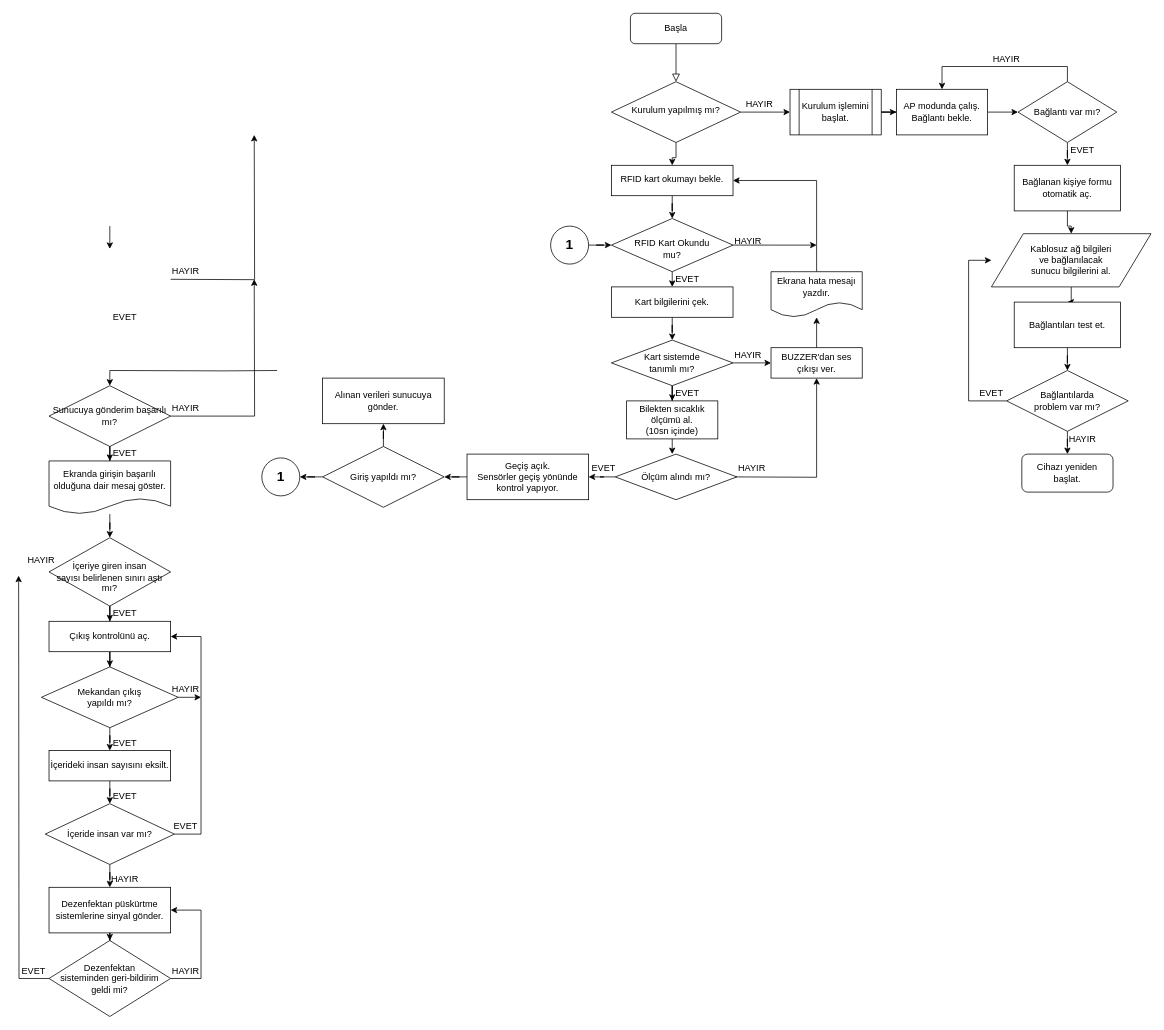
The draw.io diagram Untitled Diagram.drawio in atakanargn/jpebs, before the edit. Source tidied: cells renumbered, new cells numbered last; positions are measured from the earlier drawing's top-left corner, leaving out a move shared by most shapes. Both pictures are drawn from the tidied source at 76%, with x=0, y=0 at pixel (18, 13).
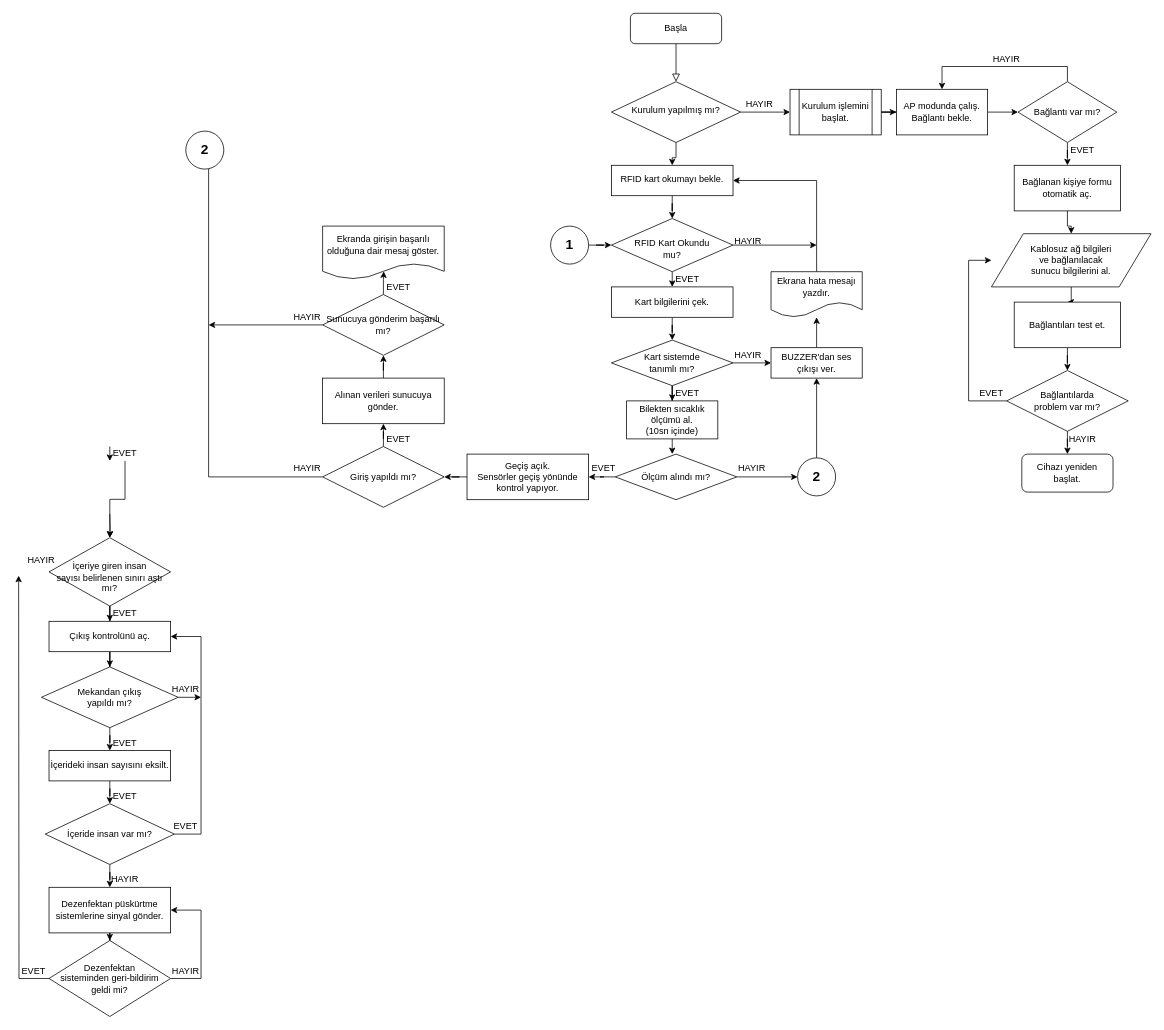
The same page after the edit.

The change refers to these unchanged cells:
```xml
<mxCell id="42" value="BUZZER'dan ses çıkışı ver." style="rounded=0;whiteSpace=wrap;html=1;" parent="1" vertex="1">
  <mxGeometry x="990" y="440" width="120" height="40" as="geometry" />
</mxCell>
<mxCell id="62" value="&lt;div&gt;EVET&lt;/div&gt;" style="text;html=1;strokeColor=none;fillColor=none;align=center;verticalAlign=middle;whiteSpace=wrap;rounded=0;" parent="1" vertex="1">
  <mxGeometry x="120" y="569" width="40" height="20" as="geometry" />
</mxCell>
<mxCell id="64" value="&lt;div&gt;&lt;br&gt;&lt;/div&gt;&lt;div&gt;İçeriye giren insan&lt;/div&gt;&lt;div&gt;sayısı belirlenen sınırı aştı mı?&lt;/div&gt;" style="rhombus;whiteSpace=wrap;html=1;" parent="1" vertex="1">
  <mxGeometry x="40" y="690" width="160" height="90" as="geometry" />
</mxCell>
<mxCell id="90" value="Ölçüm alındı mı?" style="rhombus;whiteSpace=wrap;html=1;" parent="1" vertex="1">
  <mxGeometry x="785" y="580" width="160" height="60" as="geometry" />
</mxCell>
<mxCell id="96" value="Giriş yapıldı mı?" style="rhombus;whiteSpace=wrap;html=1;" parent="1" vertex="1">
  <mxGeometry x="400" y="570" width="160" height="80" as="geometry" />
</mxCell>
<mxCell id="97" value="Alınan verileri sunucuya gönder." style="whiteSpace=wrap;html=1;" parent="1" vertex="1">
  <mxGeometry x="400" y="480" width="160" height="60" as="geometry" />
</mxCell>
```

What changed in the source:
```diff
@@
-    <mxCell id="48" style="edgeStyle=orthogonalEdgeStyle;rounded=0;jettySize=auto;html=1;entryX=0.5;entryY=1;entryDx=0;entryDy=0;" parent="1" edge="1" target="42">
-      <mxGeometry relative="1" as="geometry">
-        <mxPoint x="940" y="610" as="sourcePoint" />
-      </mxGeometry>
-    </mxCell>
@@
-    <mxCell id="51" style="edgeStyle=orthogonalEdgeStyle;rounded=0;orthogonalLoop=1;jettySize=auto;html=1;" parent="1" edge="1">
-      <mxGeometry relative="1" as="geometry">
-        <mxPoint x="120" y="280" as="sourcePoint" />
-        <mxPoint x="120" y="310" as="targetPoint" />
-      </mxGeometry>
-    </mxCell>
-    <mxCell id="52" style="edgeStyle=orthogonalEdgeStyle;rounded=0;orthogonalLoop=1;jettySize=auto;html=1;" parent="1" edge="1">
-      <mxGeometry relative="1" as="geometry">
-        <mxPoint x="200" y="350" as="sourcePoint" />
-        <mxPoint x="310" y="160" as="targetPoint" />
-      </mxGeometry>
-    </mxCell>
-    <mxCell id="53" value="HAYIR" style="text;html=1;strokeColor=none;fillColor=none;align=center;verticalAlign=middle;whiteSpace=wrap;rounded=0;" parent="1" vertex="1">
-      <mxGeometry x="200" y="330" width="40" height="20" as="geometry" />
-    </mxCell>
-    <mxCell id="54" style="edgeStyle=orthogonalEdgeStyle;rounded=0;jettySize=auto;html=1;" parent="1" edge="1" target="57">
-      <mxGeometry relative="1" as="geometry">
-        <mxPoint x="340" y="470" as="sourcePoint" />
-      </mxGeometry>
-    </mxCell>
-    <mxCell id="55" style="edgeStyle=orthogonalEdgeStyle;rounded=0;jettySize=auto;html=1;" parent="1" edge="1" source="57">
-      <mxGeometry relative="1" as="geometry">
-        <mxPoint x="310" y="350" as="targetPoint" />
-      </mxGeometry>
-    </mxCell>
-    <mxCell id="56" style="edgeStyle=orthogonalEdgeStyle;rounded=0;jettySize=auto;html=1;" parent="1" edge="1" source="57" target="61">
-      <mxGeometry relative="1" as="geometry" />
+    <mxCell id="56" style="edgeStyle=orthogonalEdgeStyle;rounded=0;orthogonalLoop=1;jettySize=auto;html=1;" parent="1" edge="1">
+      <mxGeometry relative="1" as="geometry">
+        <mxPoint x="120" y="570" as="sourcePoint" />
+        <mxPoint x="120" y="589" as="targetPoint" />
+      </mxGeometry>
     </mxCell>
-    <mxCell id="57" value="Sunucuya gönderim başarılı mı?" style="rhombus;whiteSpace=wrap;html=1;" parent="1" vertex="1">
-      <mxGeometry x="40" y="490" width="160" height="80" as="geometry" />
-    </mxCell>
-    <mxCell id="58" value="&lt;div&gt;EVET&lt;/div&gt;" style="text;html=1;strokeColor=none;fillColor=none;align=center;verticalAlign=middle;whiteSpace=wrap;rounded=0;" parent="1" vertex="1">
-      <mxGeometry x="120" y="390" width="40" height="20" as="geometry" />
-    </mxCell>
-    <mxCell id="59" value="HAYIR" style="text;html=1;strokeColor=none;fillColor=none;align=center;verticalAlign=middle;whiteSpace=wrap;rounded=0;" parent="1" vertex="1">
-      <mxGeometry x="200" y="510" width="40" height="20" as="geometry" />
-    </mxCell>
-    <mxCell id="60" style="edgeStyle=orthogonalEdgeStyle;rounded=0;jettySize=auto;html=1;" parent="1" edge="1" source="61" target="64">
-      <mxGeometry relative="1" as="geometry" />
+    <mxCell id="60" style="edgeStyle=orthogonalEdgeStyle;rounded=0;jettySize=auto;html=1;" parent="1" edge="1" target="64">
+      <mxGeometry relative="1" as="geometry">
+        <mxPoint x="120" y="659" as="sourcePoint" />
+      </mxGeometry>
     </mxCell>
-    <mxCell id="61" value="Ekranda girişin başarılı olduğuna dair mesaj göster." style="shape=document;whiteSpace=wrap;html=1;boundedLbl=1;" parent="1" vertex="1">
-      <mxGeometry x="40" y="589" width="160" height="70" as="geometry" />
-    </mxCell>
+    <mxCell id="101" style="edgeStyle=orthogonalEdgeStyle;rounded=0;jettySize=auto;html=1;" parent="1" edge="1" source="62" target="64">
+      <mxGeometry relative="1" as="geometry" />
+    </mxCell>
@@
+    <mxCell id="102" style="edgeStyle=orthogonalEdgeStyle;rounded=0;jettySize=auto;html=1;entryX=0;entryY=0.5;entryDx=0;entryDy=0;" parent="1" edge="1" source="90" target="109">
+      <mxGeometry relative="1" as="geometry" />
+    </mxCell>
@@
     <mxCell id="95" style="edgeStyle=orthogonalEdgeStyle;rounded=0;jettySize=auto;html=1;entryX=1;entryY=0.5;entryDx=0;entryDy=0;" parent="1" edge="1" source="96" target="100">
-      <mxGeometry relative="1" as="geometry" />
+      <mxGeometry relative="1" as="geometry">
+        <Array as="points">
+          <mxPoint x="250" y="610" />
+          <mxPoint x="250" y="180" />
+        </Array>
+      </mxGeometry>
     </mxCell>
@@
+    <mxCell id="103" style="edgeStyle=orthogonalEdgeStyle;rounded=0;jettySize=auto;html=1;entryX=0.5;entryY=1;entryDx=0;entryDy=0;" parent="1" edge="1" source="97" target="57">
+      <mxGeometry relative="1" as="geometry" />
+    </mxCell>
@@
-    <mxCell id="100" value="&lt;div&gt;&lt;b&gt;&lt;font style=&quot;font-size: 18px&quot;&gt;1&lt;/font&gt;&lt;/b&gt;&lt;/div&gt;" style="ellipse;whiteSpace=wrap;html=1;" parent="1" vertex="1">
-      <mxGeometry x="320" y="585" width="50" height="50" as="geometry" />
+    <mxCell id="100" value="&lt;div&gt;&lt;b&gt;&lt;font style=&quot;font-size: 18px&quot;&gt;2&lt;/font&gt;&lt;/b&gt;&lt;/div&gt;" style="ellipse;whiteSpace=wrap;html=1;" parent="1" vertex="1">
+      <mxGeometry x="220" y="155" width="50" height="50" as="geometry" />
     </mxCell>
+    <mxCell id="104" value="HAYIR" style="text;html=1;strokeColor=none;fillColor=none;align=center;verticalAlign=middle;whiteSpace=wrap;rounded=0;" parent="1" vertex="1">
+      <mxGeometry x="360" y="589" width="40" height="20" as="geometry" />
+    </mxCell>
+    <mxCell id="105" value="&lt;div&gt;EVET&lt;/div&gt;" style="text;html=1;strokeColor=none;fillColor=none;align=center;verticalAlign=middle;whiteSpace=wrap;rounded=0;" parent="1" vertex="1">
+      <mxGeometry x="480" y="550" width="40" height="20" as="geometry" />
+    </mxCell>
+    <mxCell id="106" style="edgeStyle=orthogonalEdgeStyle;rounded=0;jettySize=auto;html=1;" parent="1" edge="1" source="57">
+      <mxGeometry relative="1" as="geometry">
+        <mxPoint x="250" y="410" as="targetPoint" />
+      </mxGeometry>
+    </mxCell>
+    <mxCell id="107" style="edgeStyle=orthogonalEdgeStyle;rounded=0;jettySize=auto;html=1;entryX=0.503;entryY=0.851;entryDx=0;entryDy=0;entryPerimeter=0;" parent="1" edge="1" source="57" target="61">
+      <mxGeometry relative="1" as="geometry" />
+    </mxCell>
+    <mxCell id="57" value="Sunucuya gönderim başarılı mı?" style="rhombus;whiteSpace=wrap;html=1;" parent="1" vertex="1">
+      <mxGeometry x="400" y="370" width="160" height="80" as="geometry" />
+    </mxCell>
+    <mxCell id="61" value="Ekranda girişin başarılı olduğuna dair mesaj göster." style="shape=document;whiteSpace=wrap;html=1;boundedLbl=1;" parent="1" vertex="1">
+      <mxGeometry x="400" y="280" width="160" height="70" as="geometry" />
+    </mxCell>
+    <mxCell id="108" style="edgeStyle=orthogonalEdgeStyle;rounded=0;jettySize=auto;html=1;entryX=0.5;entryY=1;entryDx=0;entryDy=0;" parent="1" edge="1" source="109" target="42">
+      <mxGeometry relative="1" as="geometry" />
+    </mxCell>
+    <mxCell id="109" value="&lt;div&gt;&lt;b&gt;&lt;font style=&quot;font-size: 18px&quot;&gt;2&lt;/font&gt;&lt;/b&gt;&lt;/div&gt;" style="ellipse;whiteSpace=wrap;html=1;" parent="1" vertex="1">
+      <mxGeometry x="1025" y="585" width="50" height="50" as="geometry" />
+    </mxCell>
+    <mxCell id="110" value="HAYIR" style="text;html=1;strokeColor=none;fillColor=none;align=center;verticalAlign=middle;whiteSpace=wrap;rounded=0;" parent="1" vertex="1">
+      <mxGeometry x="360" y="390" width="40" height="20" as="geometry" />
+    </mxCell>
+    <mxCell id="111" value="&lt;div&gt;EVET&lt;/div&gt;" style="text;html=1;strokeColor=none;fillColor=none;align=center;verticalAlign=middle;whiteSpace=wrap;rounded=0;" parent="1" vertex="1">
+      <mxGeometry x="480" y="350" width="40" height="20" as="geometry" />
+    </mxCell>
```
